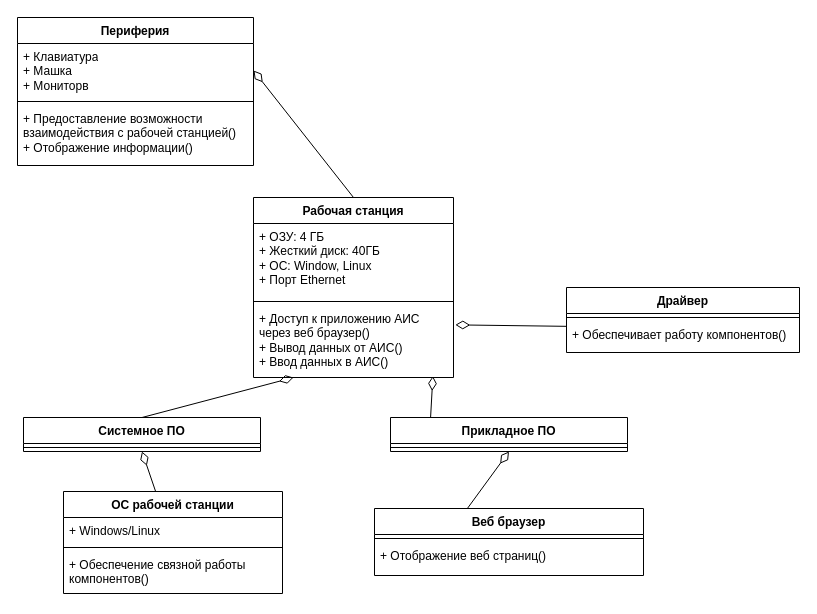
Earlier version of the draw.io diagram Определение модели НООП "Рабочая станция".drawio (hiff0/db-city-council). Source tidied: cells renumbered, new cells numbered last; positions are measured from the earlier drawing's top-left corner, leaving out a move shared by most shapes. Both pictures are drawn from the tidied source at 100%, with x=0, y=0 at pixel (17, 17).
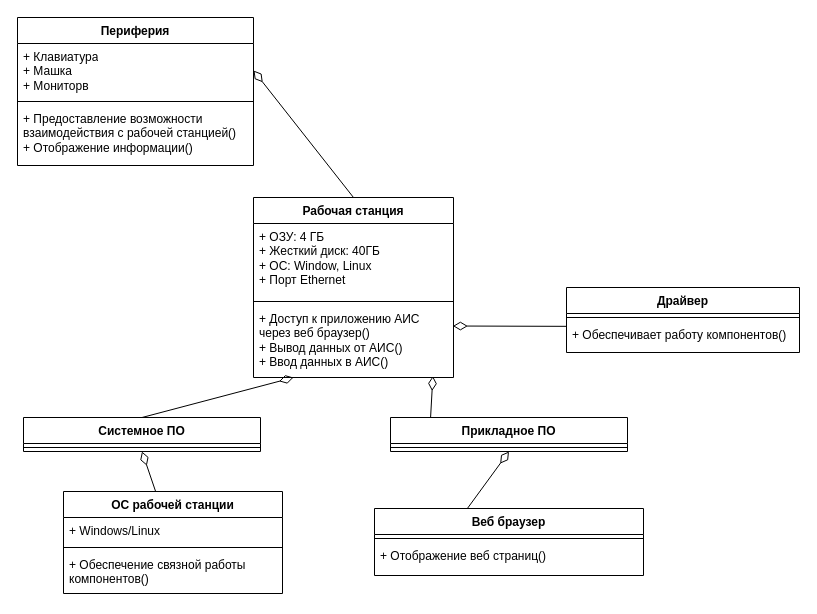
The same diagram, later.

Unchanged cells that the change refers to:
```xml
<mxCell id="15" value="+ Доступ к приложению АИС через веб браузер()&lt;div&gt;+ Вывод данных от АИС()&lt;/div&gt;&lt;div&gt;+ Ввод данных в АИС()&lt;/div&gt;" style="text;strokeColor=none;fillColor=none;align=left;verticalAlign=top;spacingLeft=4;spacingRight=4;overflow=hidden;points=[[0,0.5],[1,0.5]];portConstraint=eastwest;whiteSpace=wrap;html=1;" parent="12" vertex="1">
  <mxGeometry y="108" width="200" height="72" as="geometry" />
</mxCell>
<mxCell id="28" value="+ Обеспечивает работу компонентов()" style="text;strokeColor=none;fillColor=none;align=left;verticalAlign=top;spacingLeft=4;spacingRight=4;overflow=hidden;points=[[0,0.5],[1,0.5]];portConstraint=eastwest;whiteSpace=wrap;html=1;" parent="26" vertex="1">
  <mxGeometry y="34" width="233" height="31" as="geometry" />
</mxCell>
```

What changed in the source:
```diff
@@
-    <mxCell id="29" style="endArrow=diamondThin;endFill=0;endSize=12;html=1;rounded=0;exitX=0.001;exitY=0.156;exitDx=0;exitDy=0;exitPerimeter=0;entryX=1.009;entryY=0.269;entryDx=0;entryDy=0;entryPerimeter=0;" parent="1" edge="1" source="28" target="15">
+    <mxCell id="29" style="endArrow=diamondThin;endFill=0;endSize=12;html=1;rounded=0;exitX=0.001;exitY=0.156;exitDx=0;exitDy=0;exitPerimeter=0;entryX=0.997;entryY=0.285;entryDx=0;entryDy=0;entryPerimeter=0;" parent="1" edge="1" source="28" target="15">
       <mxGeometry relative="1" as="geometry" />
     </mxCell>
```
